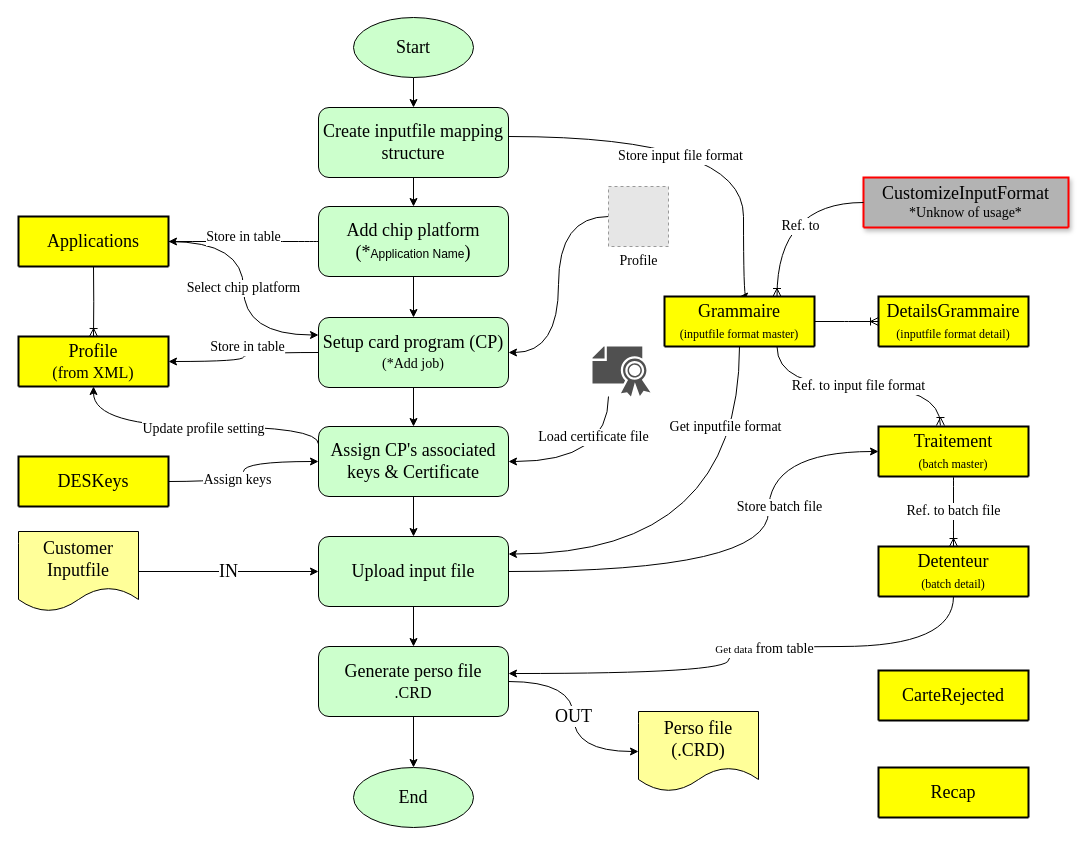
The draw.io diagram page "SmartCPS Core" (1 of 2) of smartcps.drawio in delphihero/MyDocument, before the edit. Source tidied: cells renumbered, new cells numbered last; positions are measured from the earlier drawing's top-left corner, leaving out a move shared by most shapes. Both pictures are drawn from the tidied source at 100%, with x=0, y=0 at pixel (18, 17). Pictures stored in the file or linked from it are replaced by grey dashed boxes.
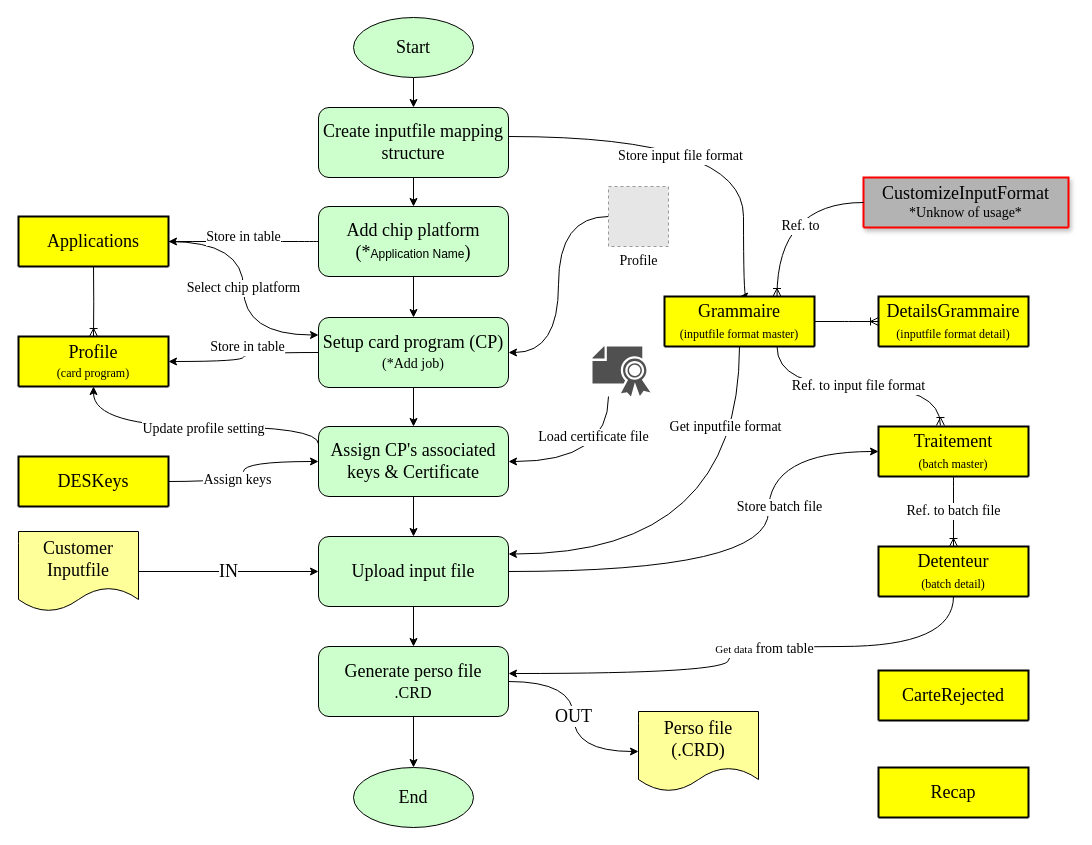
Above is the later version.

The edit, as a diff of the source:
```diff
@@
-    <mxCell id="28" value="&lt;div&gt;&lt;font style=&quot;font-size: 18px;&quot; face=&quot;Garamond&quot;&gt;Profile&lt;/font&gt;&lt;/div&gt;&lt;div&gt;&lt;font size=&quot;3&quot; face=&quot;Garamond&quot;&gt;(from XML)&lt;br&gt;&lt;/font&gt;&lt;/div&gt;" style="swimlane;horizontal=1;startSize=50;rounded=1;fontSize=14;fontStyle=0;strokeWidth=2;shadow=0;dashed=0;align=center;arcSize=4;whiteSpace=wrap;html=1;fillColor=#FFFF00;" parent="1" vertex="1" collapsed="1">
+    <mxCell id="28" value="&lt;div&gt;&lt;font style=&quot;font-size: 18px;&quot; face=&quot;Garamond&quot;&gt;Profile&lt;/font&gt;&lt;/div&gt;&lt;div&gt;&lt;font style=&quot;font-size: 12px;&quot; face=&quot;Garamond&quot;&gt;(card program)&lt;br&gt;&lt;/font&gt;&lt;/div&gt;" style="swimlane;horizontal=1;startSize=50;rounded=1;fontSize=14;fontStyle=0;strokeWidth=2;shadow=0;dashed=0;align=center;arcSize=4;whiteSpace=wrap;html=1;fillColor=#FFFF00;" parent="1" vertex="1" collapsed="1">
       <mxGeometry y="319" width="150" height="50" as="geometry" />
     </mxCell>
```
